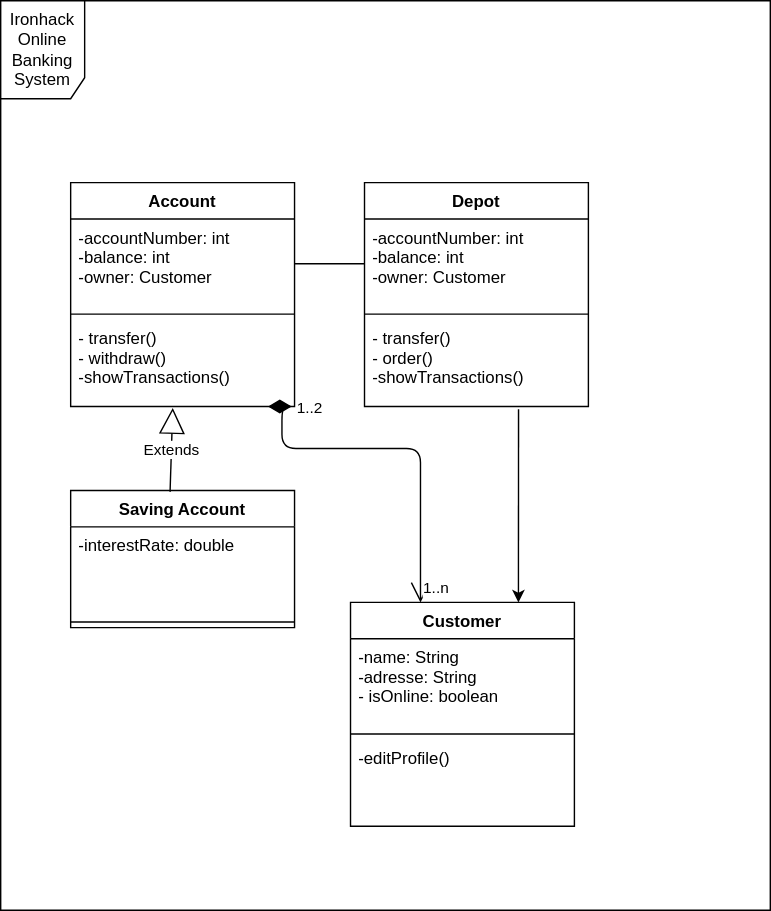
Above: Lab_206_Klassen_Diagramm.svg in RuShHaar/Enterprise-Java-Development-2.06 (draw.io), before the change. Source tidied: cells renumbered, new cells last; positions are measured from the earlier drawing's top-left corner, leaving out a move shared by most shapes.
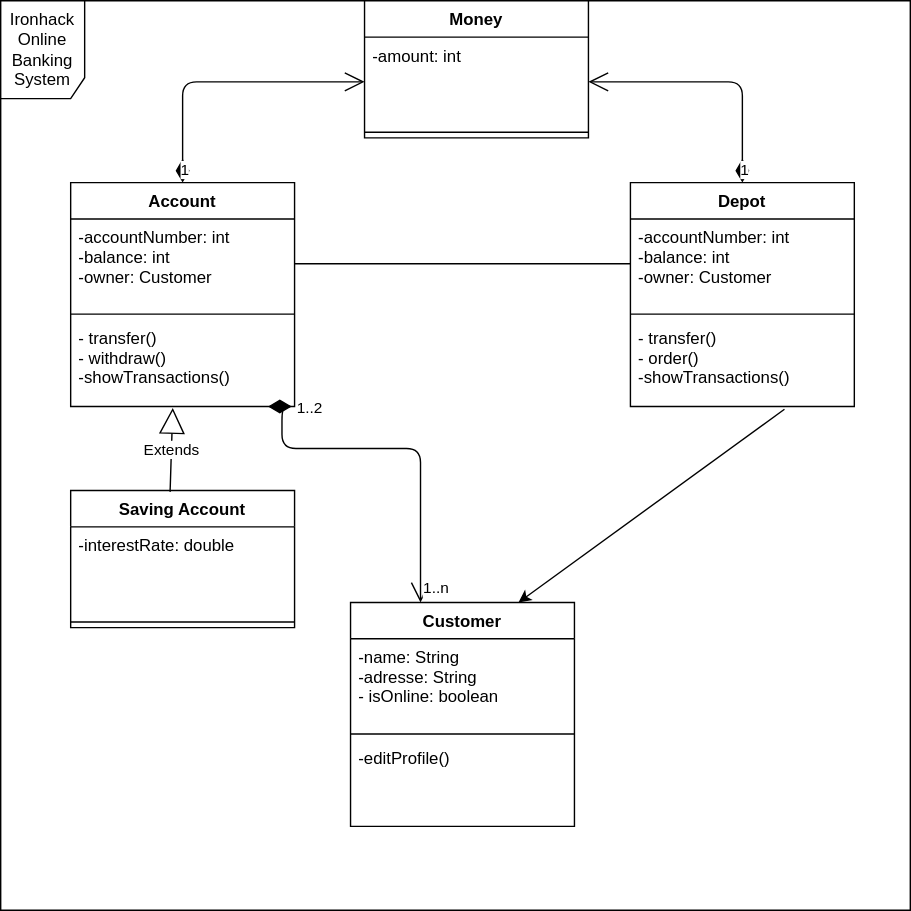
The same diagram one commit later.

Change to the diagram source:
```diff
@@ -3,7 +3,7 @@
     <mxCell id="0" />
     <mxCell id="1" parent="0" />
     <mxCell id="2" value="Ironhack Online Banking System" style="shape=umlFrame;whiteSpace=wrap;html=1;width=60;height=70;" parent="1" vertex="1">
-      <mxGeometry width="550" height="650" as="geometry" />
+      <mxGeometry width="650" height="650" as="geometry" />
     </mxCell>
     <mxCell id="3" value="Account" style="swimlane;fontStyle=1;align=center;verticalAlign=top;horizontal=1;startSize=26;" parent="1" vertex="1">
       <mxGeometry x="50" y="130" width="160" height="160" as="geometry" />
@@ -30,7 +30,7 @@
       <mxGeometry y="98" width="160" height="62" as="geometry" />
     </mxCell>
     <mxCell id="11" value="Depot" style="swimlane;fontStyle=1;align=center;verticalAlign=top;horizontal=1;startSize=26;" parent="1" vertex="1">
-      <mxGeometry x="260" y="130" width="160" height="160" as="geometry" />
+      <mxGeometry x="450" y="130" width="160" height="160" as="geometry" />
     </mxCell>
     <mxCell id="12" value="-accountNumber: int&#10;-balance: int&#10;-owner: Customer&#10;" style="text;strokeColor=none;fillColor=none;align=left;verticalAlign=top;spacingLeft=4;spacingRight=4;overflow=hidden;points=[[0,0.5],[1,0.5]];portConstraint=eastwest;" parent="11" vertex="1">
       <mxGeometry y="26" width="160" height="64" as="geometry" />
@@ -73,5 +73,20 @@
     <mxCell id="22" style="endArrow=classic;html=1;exitX=0.688;exitY=1.032;exitDx=0;exitDy=0;exitPerimeter=0;entryX=0.75;entryY=0;entryDx=0;entryDy=0;" parent="1" edge="1" source="14" target="7">
       <mxGeometry relative="1" as="geometry" />
     </mxCell>
+    <mxCell id="23" value="Money" style="swimlane;fontStyle=1;align=center;verticalAlign=top;horizontal=1;startSize=26;" parent="1" vertex="1">
+      <mxGeometry x="260" width="160" height="98" as="geometry" />
+    </mxCell>
+    <mxCell id="24" value="-amount: int" style="text;strokeColor=none;fillColor=none;align=left;verticalAlign=top;spacingLeft=4;spacingRight=4;overflow=hidden;points=[[0,0.5],[1,0.5]];portConstraint=eastwest;" parent="23" vertex="1">
+      <mxGeometry y="26" width="160" height="64" as="geometry" />
+    </mxCell>
+    <mxCell id="25" style="line;strokeWidth=1;fillColor=none;align=left;verticalAlign=middle;spacingTop=-1;spacingLeft=3;spacingRight=3;labelPosition=right;" parent="23" vertex="1">
+      <mxGeometry y="90" width="160" height="8" as="geometry" />
+    </mxCell>
+    <mxCell id="26" value="1" style="endArrow=open;html=1;endSize=12;startArrow=diamondThin;startSize=14;startFill=1;edgeStyle=orthogonalEdgeStyle;align=left;verticalAlign=bottom;" parent="1" edge="1" source="3" target="24">
+      <mxGeometry x="-1" y="3" relative="1" as="geometry" />
+    </mxCell>
+    <mxCell id="27" value="1" style="endArrow=open;html=1;endSize=12;startArrow=diamondThin;startSize=14;startFill=1;edgeStyle=orthogonalEdgeStyle;align=left;verticalAlign=bottom;entryX=1;entryY=0.5;entryDx=0;entryDy=0;" parent="1" edge="1" source="11" target="24">
+      <mxGeometry x="-1" y="3" relative="1" as="geometry" />
+    </mxCell>
   </root>
 </mxGraphModel>
```
